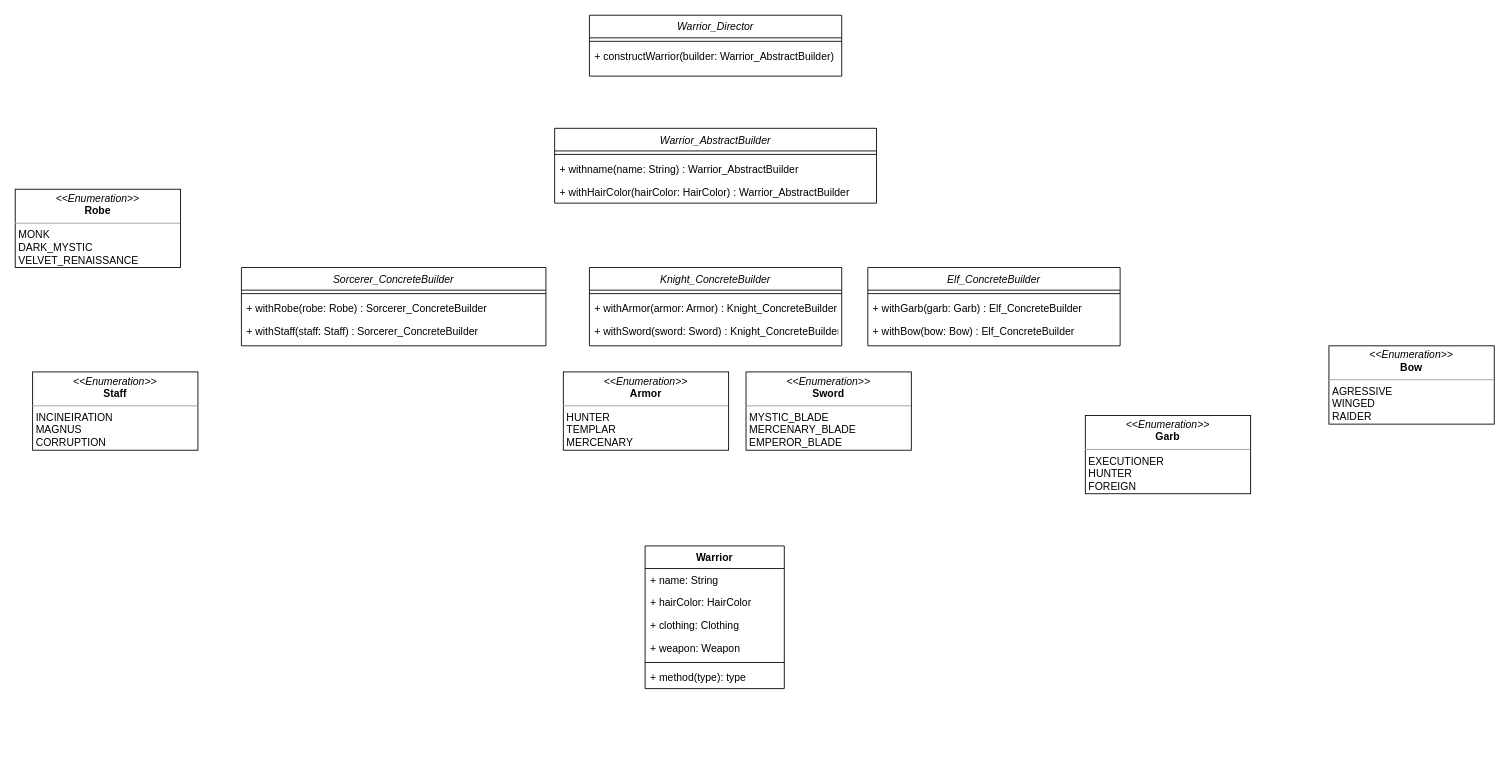
Earlier version of the draw.io diagram Builder/WARRIOR_BUILDER.drawio (Rick-Addiction/Design-Patterns-Studies). Source tidied: cells renumbered, new cells numbered last; positions are measured from the earlier drawing's top-left corner, leaving out a move shared by most shapes. Both pictures are drawn from the tidied source at 87%, with x=0, y=0 at pixel (15, 15).
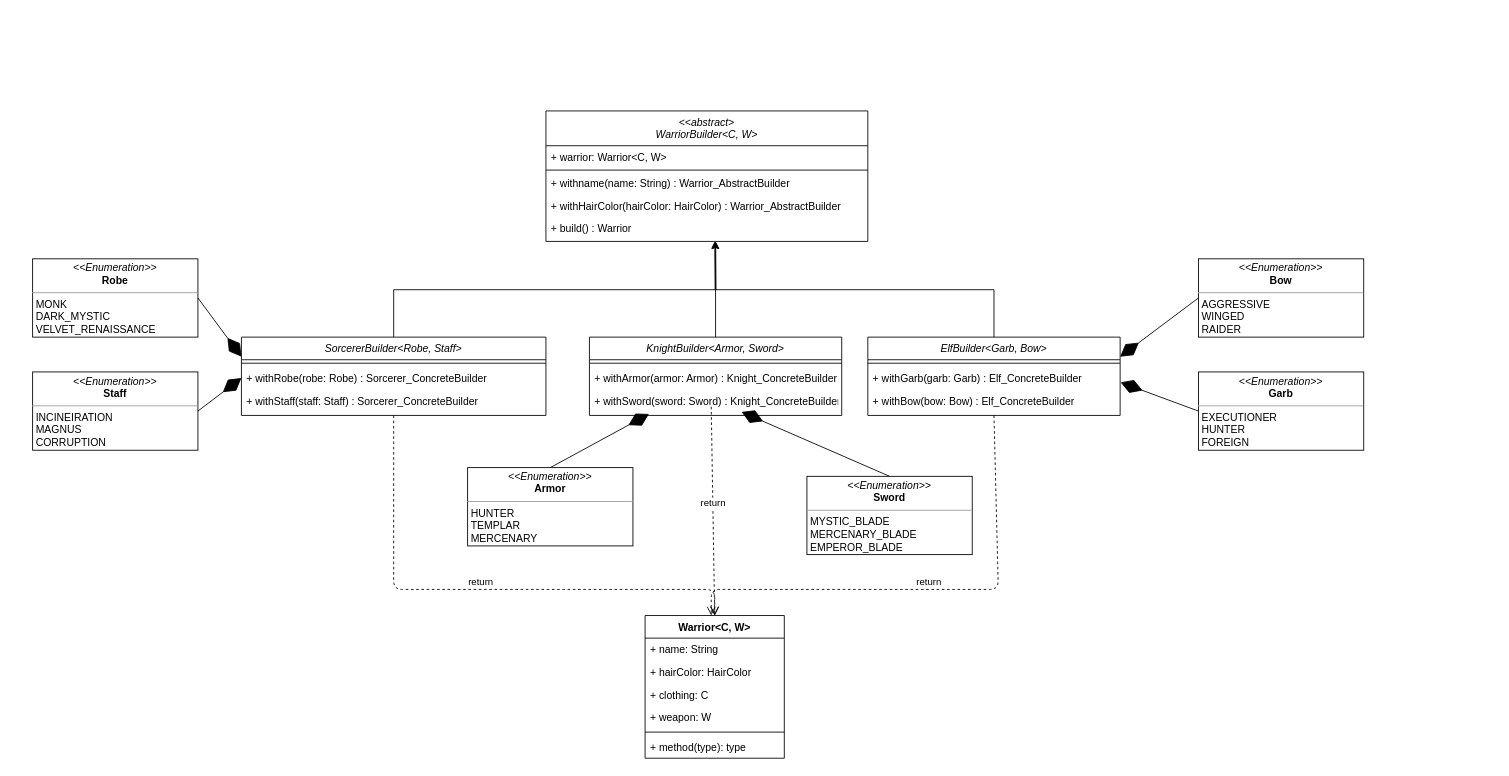
Above is the later version.

Unchanged cells that the change refers to:
```xml
<mxCell id="11" value="+ withRobe(robe: Robe) : Sorcerer_ConcreteBuilder" style="text;align=left;verticalAlign=top;spacingLeft=4;spacingRight=4;overflow=hidden;points=[[0,0.5],[1,0.5]];portConstraint=eastwest;" parent="9" vertex="1">
  <mxGeometry y="34" width="350" height="26" as="geometry" />
</mxCell>
<mxCell id="16" value="+ withSword(sword: Sword) : Knight_ConcreteBuilder" style="text;align=left;verticalAlign=top;spacingLeft=4;spacingRight=4;overflow=hidden;points=[[0,0.5],[1,0.5]];portConstraint=eastwest;" parent="13" vertex="1">
  <mxGeometry y="60" width="290" height="26" as="geometry" />
</mxCell>
<mxCell id="20" value="+ withBow(bow: Bow) : Elf_ConcreteBuilder" style="text;align=left;verticalAlign=top;spacingLeft=4;spacingRight=4;overflow=hidden;points=[[0,0.5],[1,0.5]];portConstraint=eastwest;" parent="17" vertex="1">
  <mxGeometry y="60" width="290" height="26" as="geometry" />
</mxCell>
<mxCell id="29" value="&lt;p style=&quot;margin: 0px ; margin-top: 4px ; text-align: center&quot;&gt;&lt;i&gt;&amp;lt;&amp;lt;Enumeration&amp;gt;&amp;gt;&lt;/i&gt;&lt;br&gt;&lt;b&gt;Staff&lt;/b&gt;&lt;/p&gt;&lt;hr size=&quot;1&quot;&gt;&lt;p style=&quot;margin: 0px ; margin-left: 4px&quot;&gt;INCINEIRATION&lt;br&gt;MAGNUS&lt;/p&gt;&lt;p style=&quot;margin: 0px ; margin-left: 4px&quot;&gt;CORRUPTION&lt;br&gt;&lt;br&gt;&lt;/p&gt;&lt;p style=&quot;margin: 0px ; margin-left: 4px&quot;&gt;&lt;br&gt;&lt;/p&gt;" style="verticalAlign=top;align=left;overflow=fill;fontSize=12;fontFamily=Helvetica;html=1;" parent="1" vertex="1">
  <mxGeometry x="20" y="410" width="190" height="90" as="geometry" />
</mxCell>
```

Change to the diagram source:
```diff
@@
-    <mxCell id="2" value="Warrior_Director" style="swimlane;fontStyle=2;align=center;verticalAlign=top;horizontal=1;startSize=26;rounded=0;shadow=0;strokeWidth=1;" parent="1" vertex="1">
-      <mxGeometry x="660" width="290" height="70" as="geometry" />
-    </mxCell>
-    <mxCell id="3" style="line;html=1;strokeWidth=1;align=left;verticalAlign=middle;spacingTop=-1;spacingLeft=3;spacingRight=3;labelPosition=right;" parent="2" vertex="1">
-      <mxGeometry y="26" width="290" height="8" as="geometry" />
-    </mxCell>
-    <mxCell id="4" value="+ constructWarrior(builder: Warrior_AbstractBuilder)" style="text;align=left;verticalAlign=top;spacingLeft=4;spacingRight=4;overflow=hidden;" parent="2" vertex="1">
-      <mxGeometry y="34" width="290" height="26" as="geometry" />
-    </mxCell>
-    <mxCell id="5" value="Warrior_AbstractBuilder" style="swimlane;fontStyle=2;align=center;verticalAlign=top;horizontal=1;startSize=26;rounded=0;shadow=0;strokeWidth=1;" parent="1" vertex="1">
-      <mxGeometry x="620" y="130" width="370" height="86" as="geometry" />
+    <mxCell id="5" value="&lt;&lt;abstract&gt;&#10;WarriorBuilder&lt;C, W&gt;" style="swimlane;fontStyle=2;align=center;verticalAlign=top;horizontal=1;startSize=40;rounded=0;shadow=0;strokeWidth=1;" parent="1" vertex="1">
+      <mxGeometry x="610" y="110" width="370" height="150" as="geometry" />
     </mxCell>
+    <mxCell id="34" value="+ warrior: Warrior&lt;C, W&gt;" style="text;align=left;verticalAlign=top;spacingLeft=4;spacingRight=4;overflow=hidden;" parent="5" vertex="1">
+      <mxGeometry y="40" width="370" height="26" as="geometry" />
+    </mxCell>
     <mxCell id="6" style="line;html=1;strokeWidth=1;align=left;verticalAlign=middle;spacingTop=-1;spacingLeft=3;spacingRight=3;labelPosition=right;" parent="5" vertex="1">
-      <mxGeometry y="26" width="370" height="8" as="geometry" />
+      <mxGeometry y="66" width="370" height="4" as="geometry" />
     </mxCell>
     <mxCell id="7" value="+ withname(name: String) : Warrior_AbstractBuilder" style="text;align=left;verticalAlign=top;spacingLeft=4;spacingRight=4;overflow=hidden;" parent="5" vertex="1">
-      <mxGeometry y="34" width="370" height="26" as="geometry" />
+      <mxGeometry y="70" width="370" height="26" as="geometry" />
     </mxCell>
     <mxCell id="8" value="+ withHairColor(hairColor: HairColor) : Warrior_AbstractBuilder" style="text;align=left;verticalAlign=top;spacingLeft=4;spacingRight=4;overflow=hidden;" parent="5" vertex="1">
-      <mxGeometry y="60" width="370" height="26" as="geometry" />
+      <mxGeometry y="96" width="370" height="26" as="geometry" />
     </mxCell>
+    <mxCell id="35" value="+ build() : Warrior" style="text;align=left;verticalAlign=top;spacingLeft=4;spacingRight=4;overflow=hidden;" parent="5" vertex="1">
+      <mxGeometry y="122" width="370" height="26" as="geometry" />
+    </mxCell>
-    <mxCell id="9" value="Sorcerer_ConcreteBuilder" style="swimlane;fontStyle=2;align=center;verticalAlign=top;horizontal=1;startSize=26;rounded=0;shadow=0;strokeWidth=1;" parent="1" vertex="1">
-      <mxGeometry x="260" y="290" width="350" height="90" as="geometry" />
+    <mxCell id="9" value="SorcererBuilder&lt;Robe, Staff&gt;" style="swimlane;fontStyle=2;align=center;verticalAlign=top;horizontal=1;startSize=26;rounded=0;shadow=0;strokeWidth=1;" parent="1" vertex="1">
+      <mxGeometry x="260" y="370" width="350" height="90" as="geometry" />
     </mxCell>
@@
+    <mxCell id="36" style="edgeStyle=orthogonalEdgeStyle;rounded=0;jettySize=auto;html=1;exitX=0.5;exitY=0;exitDx=0;exitDy=0;" parent="1" edge="1" source="13">
+      <mxGeometry relative="1" as="geometry">
+        <mxPoint x="805" y="260" as="targetPoint" />
+      </mxGeometry>
+    </mxCell>
-    <mxCell id="13" value="Knight_ConcreteBuilder" style="swimlane;fontStyle=2;align=center;verticalAlign=top;horizontal=1;startSize=26;rounded=0;shadow=0;strokeWidth=1;" parent="1" vertex="1">
-      <mxGeometry x="660" y="290" width="290" height="90" as="geometry" />
+    <mxCell id="13" value="KnightBuilder&lt;Armor, Sword&gt;" style="swimlane;fontStyle=2;align=center;verticalAlign=top;horizontal=1;startSize=26;rounded=0;shadow=0;strokeWidth=1;" parent="1" vertex="1">
+      <mxGeometry x="660" y="370" width="290" height="90" as="geometry" />
     </mxCell>
@@
-    <mxCell id="17" value="Elf_ConcreteBuilder" style="swimlane;fontStyle=2;align=center;verticalAlign=top;horizontal=1;startSize=26;rounded=0;shadow=0;strokeWidth=1;" parent="1" vertex="1">
-      <mxGeometry x="980" y="290" width="290" height="90" as="geometry" />
+    <mxCell id="17" value="ElfBuilder&lt;Garb, Bow&gt;" style="swimlane;fontStyle=2;align=center;verticalAlign=top;horizontal=1;startSize=26;rounded=0;shadow=0;strokeWidth=1;" parent="1" vertex="1">
+      <mxGeometry x="980" y="370" width="290" height="90" as="geometry" />
     </mxCell>
@@
-    <mxCell id="21" value="Warrior" style="swimlane;fontStyle=1;align=center;verticalAlign=top;horizontal=1;startSize=26;" parent="1" vertex="1">
-      <mxGeometry x="724" y="610" width="160" height="164" as="geometry" />
+    <mxCell id="21" value="Warrior&lt;C, W&gt;" style="swimlane;fontStyle=1;align=center;verticalAlign=top;horizontal=1;startSize=26;" parent="1" vertex="1">
+      <mxGeometry x="724" y="690" width="160" height="164" as="geometry" />
     </mxCell>
@@
-    <mxCell id="24" value="+ clothing: Clothing" style="text;strokeColor=none;fillColor=none;align=left;verticalAlign=top;spacingLeft=4;spacingRight=4;overflow=hidden;" parent="21" vertex="1">
+    <mxCell id="24" value="+ clothing: C" style="text;strokeColor=none;fillColor=none;align=left;verticalAlign=top;spacingLeft=4;spacingRight=4;overflow=hidden;" parent="21" vertex="1">
       <mxGeometry y="78" width="160" height="26" as="geometry" />
     </mxCell>
-    <mxCell id="25" value="+ weapon: Weapon" style="text;strokeColor=none;fillColor=none;align=left;verticalAlign=top;spacingLeft=4;spacingRight=4;overflow=hidden;" parent="21" vertex="1">
+    <mxCell id="25" value="+ weapon: W" style="text;strokeColor=none;fillColor=none;align=left;verticalAlign=top;spacingLeft=4;spacingRight=4;overflow=hidden;" parent="21" vertex="1">
       <mxGeometry y="104" width="160" height="26" as="geometry" />
     </mxCell>
@@
     <mxCell id="28" value="&lt;p style=&quot;margin: 0px ; margin-top: 4px ; text-align: center&quot;&gt;&lt;i&gt;&amp;lt;&amp;lt;Enumeration&amp;gt;&amp;gt;&lt;/i&gt;&lt;br&gt;&lt;b&gt;Robe&lt;/b&gt;&lt;/p&gt;&lt;hr size=&quot;1&quot;&gt;&lt;p style=&quot;margin: 0px ; margin-left: 4px&quot;&gt;MONK&lt;br&gt;DARK_MYSTIC&lt;/p&gt;&lt;p style=&quot;margin: 0px ; margin-left: 4px&quot;&gt;VELVET_RENAISSANCE&lt;br&gt;&lt;br&gt;&lt;/p&gt;&lt;p style=&quot;margin: 0px ; margin-left: 4px&quot;&gt;&lt;br&gt;&lt;/p&gt;" style="verticalAlign=top;align=left;overflow=fill;fontSize=12;fontFamily=Helvetica;html=1;" parent="1" vertex="1">
-      <mxGeometry y="200" width="190" height="90" as="geometry" />
+      <mxGeometry x="20" y="280" width="190" height="90" as="geometry" />
     </mxCell>
@@
     <mxCell id="30" value="&lt;p style=&quot;margin: 0px ; margin-top: 4px ; text-align: center&quot;&gt;&lt;i&gt;&amp;lt;&amp;lt;Enumeration&amp;gt;&amp;gt;&lt;/i&gt;&lt;br&gt;&lt;b&gt;Armor&lt;/b&gt;&lt;/p&gt;&lt;hr size=&quot;1&quot;&gt;&lt;p style=&quot;margin: 0px ; margin-left: 4px&quot;&gt;HUNTER&lt;br&gt;TEMPLAR&lt;/p&gt;&lt;p style=&quot;margin: 0px ; margin-left: 4px&quot;&gt;MERCENARY&lt;br&gt;&lt;br&gt;&lt;/p&gt;&lt;p style=&quot;margin: 0px ; margin-left: 4px&quot;&gt;&lt;br&gt;&lt;/p&gt;" style="verticalAlign=top;align=left;overflow=fill;fontSize=12;fontFamily=Helvetica;html=1;" parent="1" vertex="1">
-      <mxGeometry x="630" y="410" width="190" height="90" as="geometry" />
+      <mxGeometry x="520" y="520" width="190" height="90" as="geometry" />
     </mxCell>
     <mxCell id="31" value="&lt;p style=&quot;margin: 0px ; margin-top: 4px ; text-align: center&quot;&gt;&lt;i&gt;&amp;lt;&amp;lt;Enumeration&amp;gt;&amp;gt;&lt;/i&gt;&lt;br&gt;&lt;b&gt;Sword&lt;/b&gt;&lt;/p&gt;&lt;hr size=&quot;1&quot;&gt;&lt;p style=&quot;margin: 0px ; margin-left: 4px&quot;&gt;MYSTIC_BLADE&lt;br&gt;MERCENARY_BLADE&lt;/p&gt;&lt;p style=&quot;margin: 0px ; margin-left: 4px&quot;&gt;EMPEROR_BLADE&lt;br&gt;&lt;br&gt;&lt;/p&gt;&lt;p style=&quot;margin: 0px ; margin-left: 4px&quot;&gt;&lt;br&gt;&lt;/p&gt;" style="verticalAlign=top;align=left;overflow=fill;fontSize=12;fontFamily=Helvetica;html=1;" parent="1" vertex="1">
-      <mxGeometry x="840" y="410" width="190" height="90" as="geometry" />
+      <mxGeometry x="910" y="530" width="190" height="90" as="geometry" />
     </mxCell>
     <mxCell id="32" value="&lt;p style=&quot;margin: 0px ; margin-top: 4px ; text-align: center&quot;&gt;&lt;i&gt;&amp;lt;&amp;lt;Enumeration&amp;gt;&amp;gt;&lt;/i&gt;&lt;br&gt;&lt;b&gt;Garb&lt;/b&gt;&lt;/p&gt;&lt;hr size=&quot;1&quot;&gt;&lt;p style=&quot;margin: 0px ; margin-left: 4px&quot;&gt;EXECUTIONER&lt;br&gt;HUNTER&lt;/p&gt;&lt;p style=&quot;margin: 0px ; margin-left: 4px&quot;&gt;FOREIGN&lt;br&gt;&lt;br&gt;&lt;/p&gt;&lt;p style=&quot;margin: 0px ; margin-left: 4px&quot;&gt;&lt;br&gt;&lt;/p&gt;" style="verticalAlign=top;align=left;overflow=fill;fontSize=12;fontFamily=Helvetica;html=1;" parent="1" vertex="1">
-      <mxGeometry x="1230" y="460" width="190" height="90" as="geometry" />
+      <mxGeometry x="1360" y="410" width="190" height="90" as="geometry" />
     </mxCell>
-    <mxCell id="33" value="&lt;p style=&quot;margin: 0px ; margin-top: 4px ; text-align: center&quot;&gt;&lt;i&gt;&amp;lt;&amp;lt;Enumeration&amp;gt;&amp;gt;&lt;/i&gt;&lt;br&gt;&lt;b&gt;Bow&lt;/b&gt;&lt;/p&gt;&lt;hr size=&quot;1&quot;&gt;&lt;p style=&quot;margin: 0px ; margin-left: 4px&quot;&gt;AGRESSIVE&lt;br&gt;WINGED&lt;/p&gt;&lt;p style=&quot;margin: 0px ; margin-left: 4px&quot;&gt;RAIDER&lt;br&gt;&lt;br&gt;&lt;/p&gt;&lt;p style=&quot;margin: 0px ; margin-left: 4px&quot;&gt;&lt;br&gt;&lt;/p&gt;" style="verticalAlign=top;align=left;overflow=fill;fontSize=12;fontFamily=Helvetica;html=1;" parent="1" vertex="1">
-      <mxGeometry x="1510" y="380" width="190" height="90" as="geometry" />
+    <mxCell id="33" value="&lt;p style=&quot;margin: 0px ; margin-top: 4px ; text-align: center&quot;&gt;&lt;i&gt;&amp;lt;&amp;lt;Enumeration&amp;gt;&amp;gt;&lt;/i&gt;&lt;br&gt;&lt;b&gt;Bow&lt;/b&gt;&lt;/p&gt;&lt;hr size=&quot;1&quot;&gt;&lt;p style=&quot;margin: 0px ; margin-left: 4px&quot;&gt;AGGRESSIVE&lt;br&gt;WINGED&lt;/p&gt;&lt;p style=&quot;margin: 0px ; margin-left: 4px&quot;&gt;RAIDER&lt;br&gt;&lt;br&gt;&lt;/p&gt;&lt;p style=&quot;margin: 0px ; margin-left: 4px&quot;&gt;&lt;br&gt;&lt;/p&gt;" style="verticalAlign=top;align=left;overflow=fill;fontSize=12;fontFamily=Helvetica;html=1;" parent="1" vertex="1">
+      <mxGeometry x="1360" y="280" width="190" height="90" as="geometry" />
     </mxCell>
+    <mxCell id="37" style="edgeStyle=orthogonalEdgeStyle;rounded=0;jettySize=auto;html=1;exitX=0.5;exitY=0;exitDx=0;exitDy=0;" parent="1" edge="1" source="9">
+      <mxGeometry relative="1" as="geometry">
+        <mxPoint x="805" y="260" as="targetPoint" />
+      </mxGeometry>
+    </mxCell>
+    <mxCell id="38" style="edgeStyle=orthogonalEdgeStyle;rounded=0;jettySize=auto;html=1;exitX=0.5;exitY=0;exitDx=0;exitDy=0;" parent="1" edge="1" source="17">
+      <mxGeometry relative="1" as="geometry">
+        <mxPoint x="804" y="260" as="targetPoint" />
+      </mxGeometry>
+    </mxCell>
+    <mxCell id="39" style="endArrow=diamondThin;endFill=1;endSize=24;html=1;entryX=0.236;entryY=1.09;entryDx=0;entryDy=0;entryPerimeter=0;exitX=0.5;exitY=0;exitDx=0;exitDy=0;" parent="1" edge="1" source="30" target="16">
+      <mxGeometry relative="1" as="geometry" />
+    </mxCell>
+    <mxCell id="40" style="endArrow=diamondThin;endFill=1;endSize=24;html=1;exitX=0.5;exitY=0;exitDx=0;exitDy=0;" parent="1" edge="1" source="31" target="16">
+      <mxGeometry relative="1" as="geometry" />
+    </mxCell>
+    <mxCell id="41" style="endArrow=diamondThin;endFill=1;endSize=24;html=1;entryX=0;entryY=0.5;entryDx=0;entryDy=0;exitX=1;exitY=0.5;exitDx=0;exitDy=0;" parent="1" edge="1" source="29" target="11">
+      <mxGeometry relative="1" as="geometry" />
+    </mxCell>
+    <mxCell id="42" style="endArrow=diamondThin;endFill=1;endSize=24;html=1;entryX=0;entryY=0.25;entryDx=0;entryDy=0;exitX=1;exitY=0.5;exitDx=0;exitDy=0;" parent="1" edge="1" source="28" target="9">
+      <mxGeometry relative="1" as="geometry" />
+    </mxCell>
+    <mxCell id="43" style="endArrow=diamondThin;endFill=1;endSize=24;html=1;entryX=1.002;entryY=-0.308;entryDx=0;entryDy=0;entryPerimeter=0;exitX=0;exitY=0.5;exitDx=0;exitDy=0;" parent="1" edge="1" source="32" target="20">
+      <mxGeometry relative="1" as="geometry" />
+    </mxCell>
+    <mxCell id="44" style="endArrow=diamondThin;endFill=1;endSize=24;html=1;exitX=0;exitY=0.5;exitDx=0;exitDy=0;entryX=1;entryY=0.25;entryDx=0;entryDy=0;" parent="1" edge="1" source="33" target="17">
+      <mxGeometry relative="1" as="geometry" />
+    </mxCell>
+    <mxCell id="45" value="return" style="html=1;verticalAlign=bottom;endArrow=open;dashed=1;endSize=8;exitX=0.5;exitY=1;exitDx=0;exitDy=0;entryX=0.5;entryY=0;entryDx=0;entryDy=0;" parent="1" edge="1" source="9" target="21">
+      <mxGeometry relative="1" as="geometry">
+        <Array as="points">
+          <mxPoint x="435" y="660" />
+          <mxPoint x="620" y="660" />
+          <mxPoint x="804" y="660" />
+        </Array>
+      </mxGeometry>
+    </mxCell>
+    <mxCell id="46" value="return" style="html=1;verticalAlign=bottom;endArrow=open;dashed=1;endSize=8;" parent="1" edge="1">
+      <mxGeometry relative="1" as="geometry">
+        <mxPoint x="800" y="450" as="sourcePoint" />
+        <mxPoint x="804" y="690" as="targetPoint" />
+      </mxGeometry>
+    </mxCell>
+    <mxCell id="47" value="return" style="html=1;verticalAlign=bottom;endArrow=open;dashed=1;endSize=8;exitX=0.5;exitY=1;exitDx=0;exitDy=0;" parent="1" edge="1" source="17">
+      <mxGeometry relative="1" as="geometry">
+        <mxPoint x="800" y="690" as="targetPoint" />
+        <Array as="points">
+          <mxPoint x="1130" y="660" />
+          <mxPoint x="800" y="660" />
+        </Array>
+      </mxGeometry>
+    </mxCell>
```
